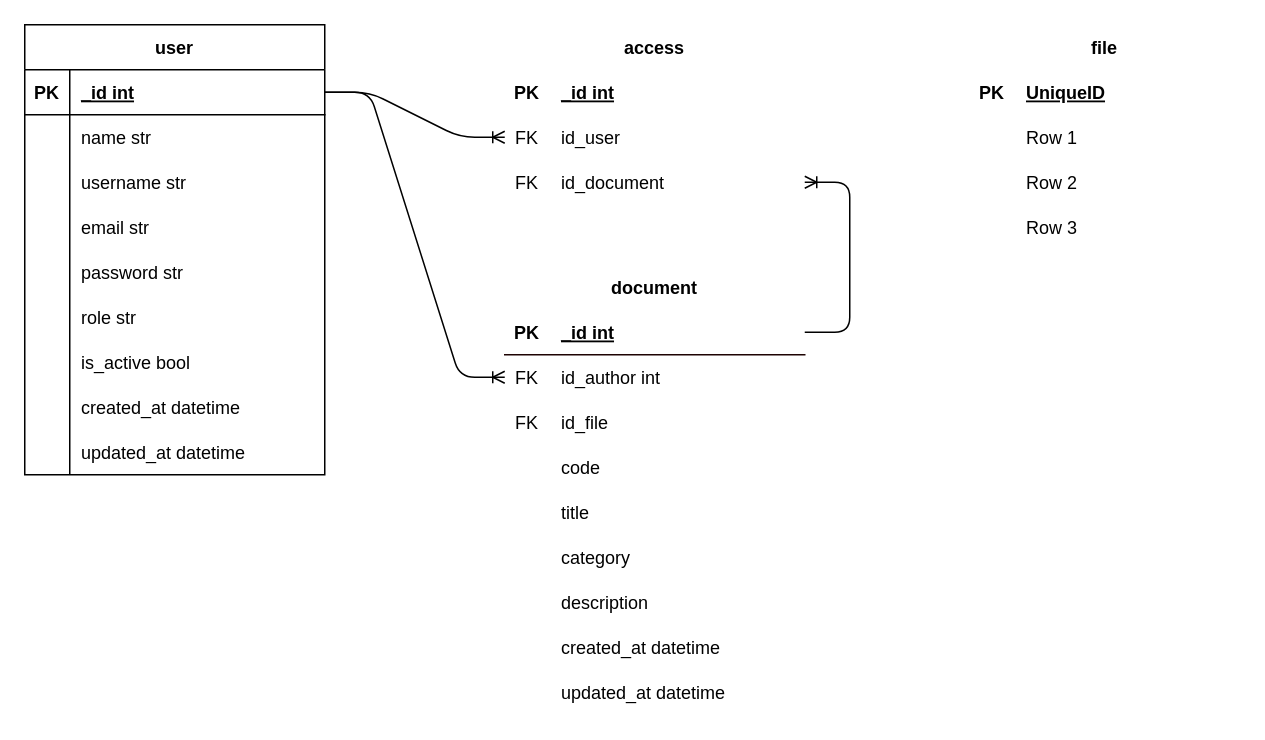
NotHydra/signature keeps this draw.io diagram as diagram/entity-relationship-diagram.drawio. Above is the earlier version. Source tidied: cells renumbered, new cells numbered last; positions are measured from the earlier drawing's top-left corner, leaving out a move shared by most shapes. Both pictures are drawn from the tidied source at 150%, with x=0, y=0 at pixel (24, 24).
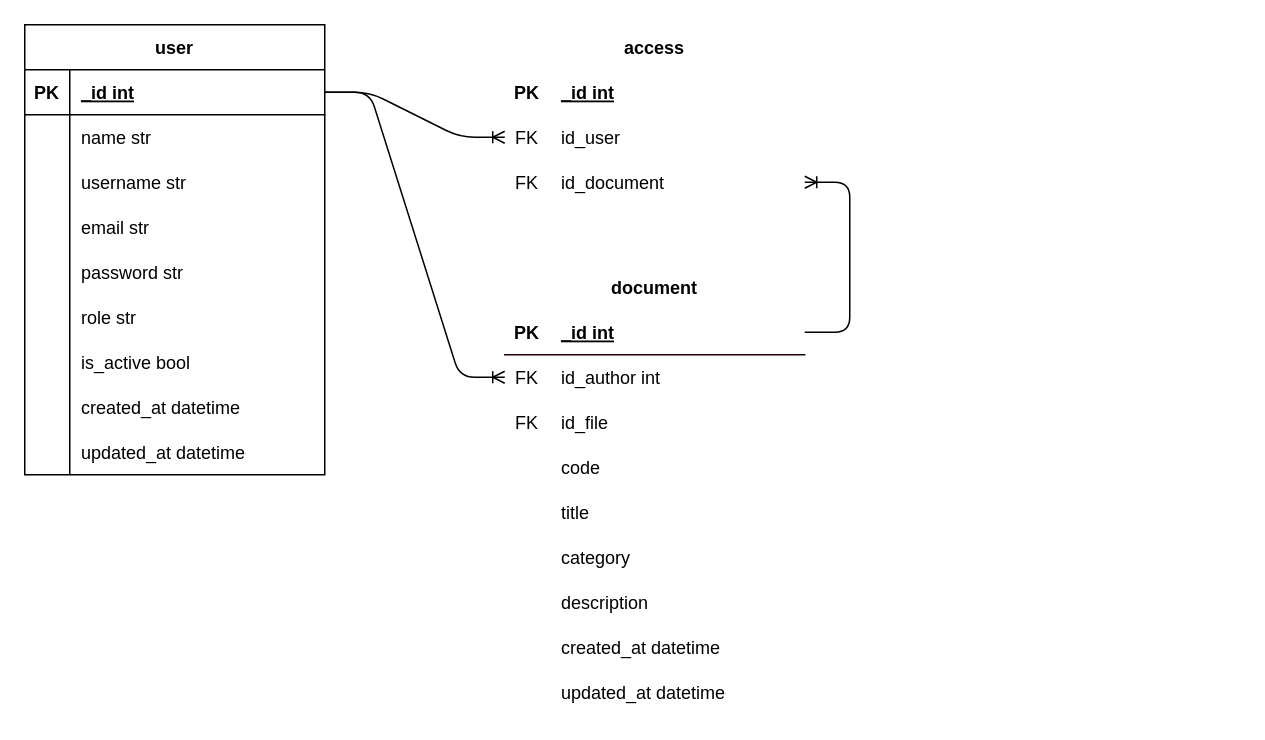
After the change.

Change to the diagram source:
```diff
@@
-    <mxCell id="71" value="file" style="shape=table;startSize=30;childLayout=tableLayout;rowLines=0;fontStyle=1;align=center;strokeColor=#FFFFFF;" parent="1" vertex="1">
-      <mxGeometry x="630" width="180" height="150" as="geometry" />
-    </mxCell>
-    <mxCell id="72" style="shape=tableRow;horizontal=0;startSize=0;swimlaneHead=0;swimlaneBody=0;fillColor=none;top=0;left=0;right=0;bottom=1;strokeColor=#FFFFFF;" parent="71" vertex="1">
-      <mxGeometry y="30" width="180" height="30" as="geometry" />
-    </mxCell>
-    <mxCell id="73" value="PK" style="shape=partialRectangle;fillColor=none;top=0;left=0;bottom=0;right=0;fontStyle=1;overflow=hidden;strokeColor=#FFFFFF;" parent="72" vertex="1">
-      <mxGeometry width="30" height="30" as="geometry" />
-    </mxCell>
-    <mxCell id="74" value="UniqueID" style="shape=partialRectangle;fillColor=none;top=0;left=0;bottom=0;right=0;align=left;spacingLeft=6;fontStyle=5;overflow=hidden;strokeColor=#FFFFFF;" parent="72" vertex="1">
-      <mxGeometry x="30" width="150" height="30" as="geometry" />
-    </mxCell>
-    <mxCell id="75" style="shape=tableRow;horizontal=0;startSize=0;swimlaneHead=0;swimlaneBody=0;fillColor=none;top=0;left=0;right=0;bottom=0;strokeColor=#FFFFFF;" parent="71" vertex="1">
-      <mxGeometry y="60" width="180" height="30" as="geometry" />
-    </mxCell>
-    <mxCell id="76" style="shape=partialRectangle;fillColor=none;top=0;left=0;bottom=0;right=0;overflow=hidden;strokeColor=#FFFFFF;" parent="75" vertex="1">
-      <mxGeometry width="30" height="30" as="geometry" />
-    </mxCell>
-    <mxCell id="77" value="Row 1" style="shape=partialRectangle;fillColor=none;top=0;left=0;bottom=0;right=0;align=left;spacingLeft=6;overflow=hidden;strokeColor=#FFFFFF;" parent="75" vertex="1">
-      <mxGeometry x="30" width="150" height="30" as="geometry" />
-    </mxCell>
-    <mxCell id="78" style="shape=tableRow;horizontal=0;startSize=0;swimlaneHead=0;swimlaneBody=0;fillColor=none;top=0;left=0;right=0;bottom=0;strokeColor=#FFFFFF;" parent="71" vertex="1">
-      <mxGeometry y="90" width="180" height="30" as="geometry" />
-    </mxCell>
-    <mxCell id="79" style="shape=partialRectangle;fillColor=none;top=0;left=0;bottom=0;right=0;overflow=hidden;strokeColor=#FFFFFF;" parent="78" vertex="1">
-      <mxGeometry width="30" height="30" as="geometry" />
-    </mxCell>
-    <mxCell id="80" value="Row 2" style="shape=partialRectangle;fillColor=none;top=0;left=0;bottom=0;right=0;align=left;spacingLeft=6;overflow=hidden;strokeColor=#FFFFFF;" parent="78" vertex="1">
-      <mxGeometry x="30" width="150" height="30" as="geometry" />
-    </mxCell>
-    <mxCell id="81" style="shape=tableRow;horizontal=0;startSize=0;swimlaneHead=0;swimlaneBody=0;fillColor=none;top=0;left=0;right=0;bottom=0;strokeColor=#FFFFFF;" parent="71" vertex="1">
-      <mxGeometry y="120" width="180" height="30" as="geometry" />
-    </mxCell>
-    <mxCell id="82" style="shape=partialRectangle;fillColor=none;top=0;left=0;bottom=0;right=0;overflow=hidden;strokeColor=#FFFFFF;" parent="81" vertex="1">
-      <mxGeometry width="30" height="30" as="geometry" />
-    </mxCell>
-    <mxCell id="83" value="Row 3" style="shape=partialRectangle;fillColor=none;top=0;left=0;bottom=0;right=0;align=left;spacingLeft=6;overflow=hidden;strokeColor=#FFFFFF;" parent="81" vertex="1">
-      <mxGeometry x="30" width="150" height="30" as="geometry" />
-    </mxCell>
```
